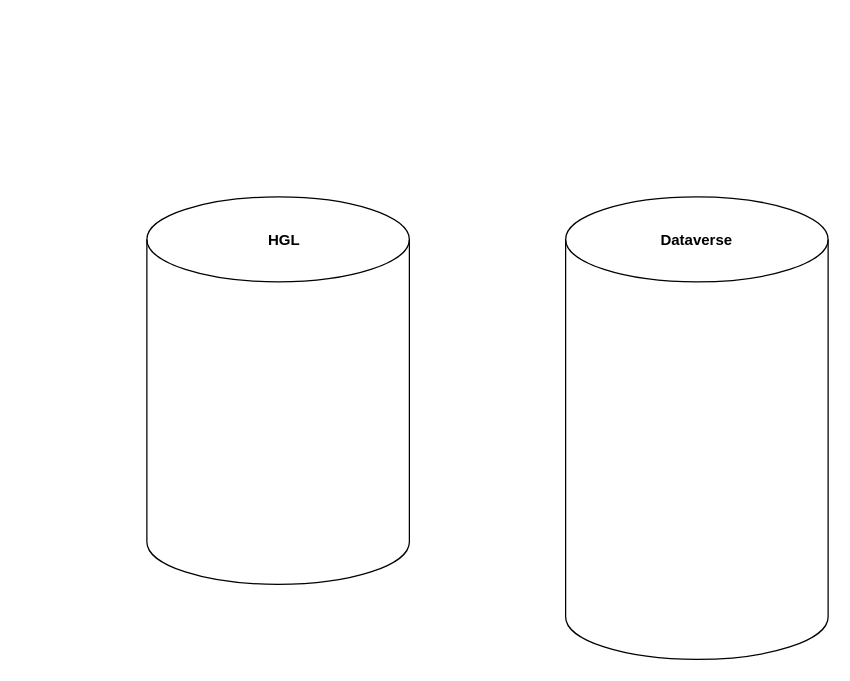
Before: AOK_data.drawio in mmcgee/AOK-2023, a draw.io diagram. Source tidied: cells renumbered, new cells numbered last; positions are measured from the earlier drawing's top-left corner, leaving out a move shared by most shapes. Both pictures are drawn from the tidied source at 125%, with x=0, y=0 at pixel (146, 196).
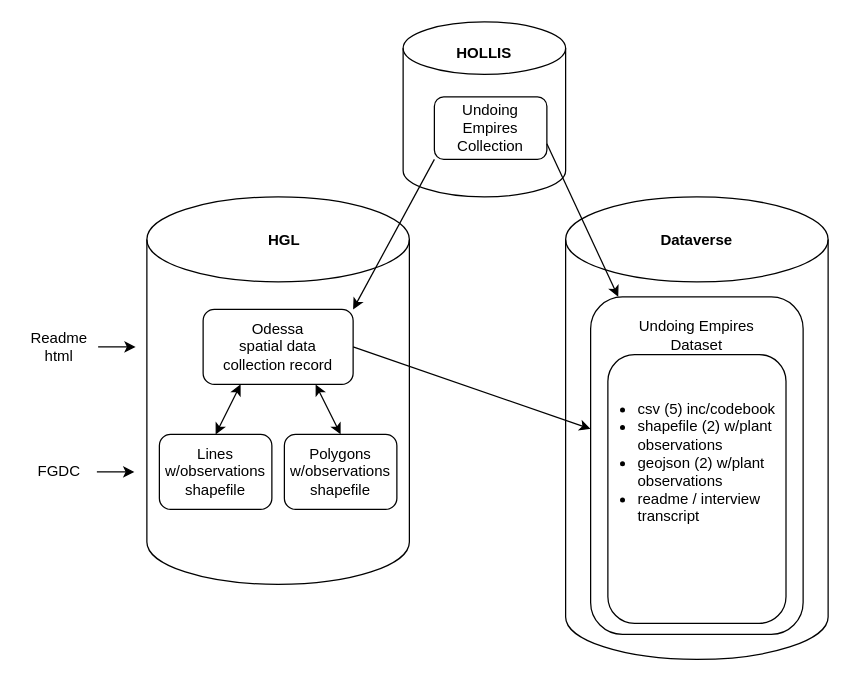
The same page after the edit.

Change to the diagram source:
```diff
@@
+    <mxCell id="6" style="rounded=1;whiteSpace=wrap;html=1;" parent="1" vertex="1">
+      <mxGeometry x="45" y="90" width="120" height="60" as="geometry" />
+    </mxCell>
+    <mxCell id="7" style="rounded=1;whiteSpace=wrap;html=1;" parent="1" vertex="1">
+      <mxGeometry x="110" y="190" width="90" height="60" as="geometry" />
+    </mxCell>
+    <mxCell id="8" style="rounded=1;whiteSpace=wrap;html=1;" parent="1" vertex="1">
+      <mxGeometry x="10" y="190" width="90" height="60" as="geometry" />
+    </mxCell>
+    <mxCell id="9" style="endArrow=classic;startArrow=classic;html=1;rounded=0;entryX=0.25;entryY=1;entryDx=0;entryDy=0;exitX=0.5;exitY=0;exitDx=0;exitDy=0;" parent="1" edge="1" source="8" target="6">
+      <mxGeometry relative="1" as="geometry" />
+    </mxCell>
+    <mxCell id="10" style="endArrow=classic;startArrow=classic;html=1;rounded=0;entryX=0.75;entryY=1;entryDx=0;entryDy=0;exitX=0.5;exitY=0;exitDx=0;exitDy=0;" parent="1" edge="1" source="7" target="6">
+      <mxGeometry relative="1" as="geometry" />
+    </mxCell>
+    <mxCell id="11" style="endArrow=classic;html=1;rounded=0;exitX=1;exitY=0.5;exitDx=0;exitDy=0;" parent="1" edge="1" source="6" target="15">
+      <mxGeometry relative="1" as="geometry" />
+    </mxCell>
+    <mxCell id="12" value="Odessa &lt;br&gt;spatial data &lt;br&gt;collection record" style="text;html=1;strokeColor=none;fillColor=none;align=center;verticalAlign=middle;whiteSpace=wrap;rounded=0;" parent="1" vertex="1">
+      <mxGeometry x="56.2" y="96.2" width="97.5" height="47.5" as="geometry" />
+    </mxCell>
+    <mxCell id="13" value="Lines w/observations shapefile" style="text;html=1;strokeColor=none;fillColor=none;align=center;verticalAlign=middle;whiteSpace=wrap;rounded=0;" parent="1" vertex="1">
+      <mxGeometry x="30" y="210" width="50" height="20" as="geometry" />
+    </mxCell>
+    <mxCell id="14" value="Polygons w/observations shapefile" style="text;html=1;strokeColor=none;fillColor=none;align=center;verticalAlign=middle;whiteSpace=wrap;rounded=0;" parent="1" vertex="1">
+      <mxGeometry x="125" y="205" width="60" height="30" as="geometry" />
+    </mxCell>
+    <mxCell id="15" style="rounded=1;whiteSpace=wrap;html=1;" parent="1" vertex="1">
+      <mxGeometry x="355" y="80" width="170" height="270" as="geometry" />
+    </mxCell>
+    <mxCell id="16" value="Undoing Empires Dataset" style="text;html=1;strokeColor=none;fillColor=none;align=center;verticalAlign=middle;whiteSpace=wrap;rounded=0;" parent="1" vertex="1">
+      <mxGeometry x="390" y="96.2" width="100" height="30" as="geometry" />
+    </mxCell>
+    <mxCell id="17" style="rounded=1;whiteSpace=wrap;html=1;" parent="1" vertex="1">
+      <mxGeometry x="368.8" y="126.2" width="142.5" height="215" as="geometry" />
+    </mxCell>
+    <mxCell id="18" value="&lt;ul&gt;&lt;li&gt;csv (5) inc/codebook&lt;/li&gt;&lt;li&gt;shapefile (2) w/plant observations&lt;/li&gt;&lt;li&gt;geojson (2) w/plant observations&lt;/li&gt;&lt;li&gt;readme / interview transcript&lt;/li&gt;&lt;/ul&gt;" style="text;html=1;strokeColor=none;fillColor=none;align=left;verticalAlign=top;whiteSpace=wrap;rounded=0;" parent="1" vertex="1">
+      <mxGeometry x="351.2" y="143.8" width="160" height="163.8" as="geometry" />
+    </mxCell>
+    <mxCell id="19" style="shape=cylinder3;whiteSpace=wrap;html=1;boundedLbl=1;backgroundOutline=1;size=21;" parent="1" vertex="1">
+      <mxGeometry x="205" y="-140" width="130" height="140" as="geometry" />
+    </mxCell>
+    <mxCell id="20" value="&lt;b&gt;HOLLIS&lt;/b&gt;" style="text;html=1;strokeColor=none;fillColor=none;align=center;verticalAlign=middle;whiteSpace=wrap;rounded=0;" parent="1" vertex="1">
+      <mxGeometry x="240" y="-130" width="60" height="30" as="geometry" />
+    </mxCell>
+    <mxCell id="21" style="rounded=1;whiteSpace=wrap;html=1;" parent="1" vertex="1">
+      <mxGeometry x="230" y="-80" width="90" height="50" as="geometry" />
+    </mxCell>
+    <mxCell id="22" value="Undoing Empires&lt;br&gt;Collection" style="text;html=1;strokeColor=none;fillColor=none;align=center;verticalAlign=middle;whiteSpace=wrap;rounded=0;" parent="1" vertex="1">
+      <mxGeometry x="245" y="-70" width="60" height="30" as="geometry" />
+    </mxCell>
+    <mxCell id="23" style="endArrow=classic;html=1;rounded=0;exitX=0;exitY=1;exitDx=0;exitDy=0;entryX=1;entryY=0;entryDx=0;entryDy=0;" parent="1" edge="1" source="21" target="6">
+      <mxGeometry relative="1" as="geometry" />
+    </mxCell>
+    <mxCell id="24" style="endArrow=classic;html=1;rounded=0;exitX=1;exitY=0.75;exitDx=0;exitDy=0;" parent="1" edge="1" source="21" target="15">
+      <mxGeometry relative="1" as="geometry" />
+    </mxCell>
+    <mxCell id="25" value="FGDC" style="text;html=1;strokeColor=none;fillColor=none;align=center;verticalAlign=middle;whiteSpace=wrap;rounded=0;" parent="1" vertex="1">
+      <mxGeometry x="-100" y="205" width="60" height="30" as="geometry" />
+    </mxCell>
+    <mxCell id="26" style="endArrow=classic;html=1;rounded=0;exitX=1;exitY=0.5;exitDx=0;exitDy=0;" parent="1" edge="1" source="25">
+      <mxGeometry relative="1" as="geometry">
+        <mxPoint x="-10" y="220" as="targetPoint" />
+      </mxGeometry>
+    </mxCell>
+    <mxCell id="27" value="Readme html" style="text;html=1;strokeColor=none;fillColor=none;align=center;verticalAlign=middle;whiteSpace=wrap;rounded=0;" parent="1" vertex="1">
+      <mxGeometry x="-100" y="105" width="60" height="30" as="geometry" />
+    </mxCell>
+    <mxCell id="28" style="endArrow=classic;html=1;rounded=0;exitX=1;exitY=0.5;exitDx=0;exitDy=0;" parent="1" edge="1">
+      <mxGeometry relative="1" as="geometry">
+        <mxPoint x="-39" y="120" as="sourcePoint" />
+        <mxPoint x="-9" y="120" as="targetPoint" />
+      </mxGeometry>
+    </mxCell>
```
